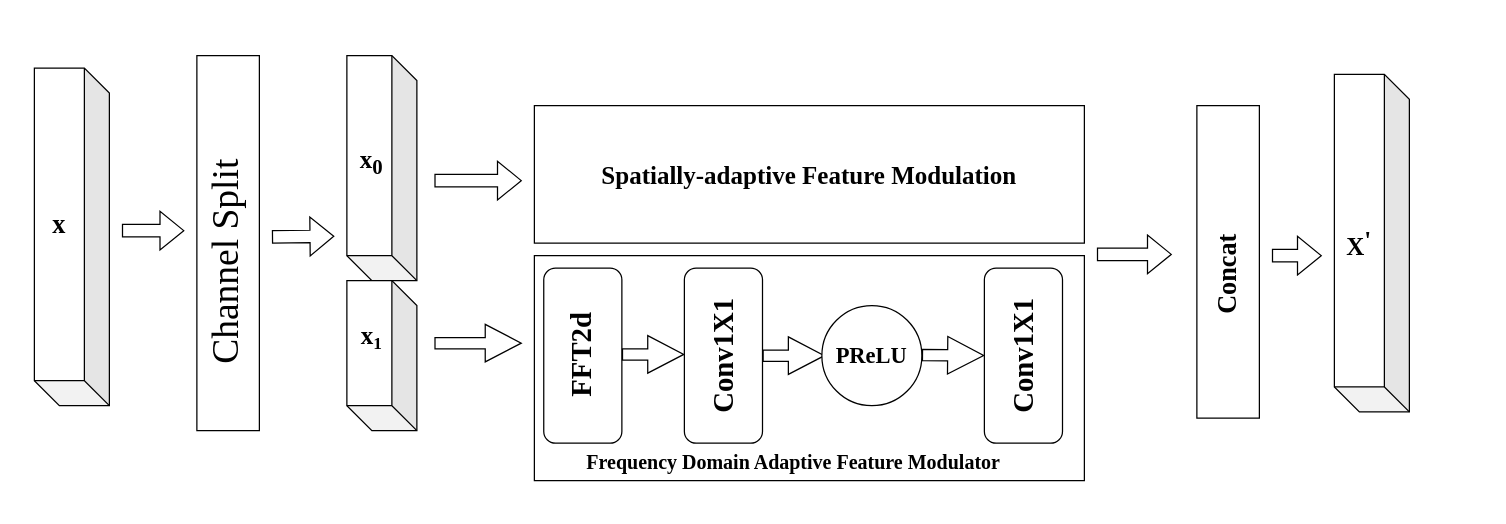
Above: 双域特征混合.drawio in gao131/nlp-beginner (draw.io), before the change. Source tidied: cells renumbered, new cells numbered last; positions are measured from the earlier drawing's top-left corner, leaving out a move shared by most shapes. Both pictures are drawn from the tidied source at 125%, with x=0, y=0 at pixel (-16, 55).
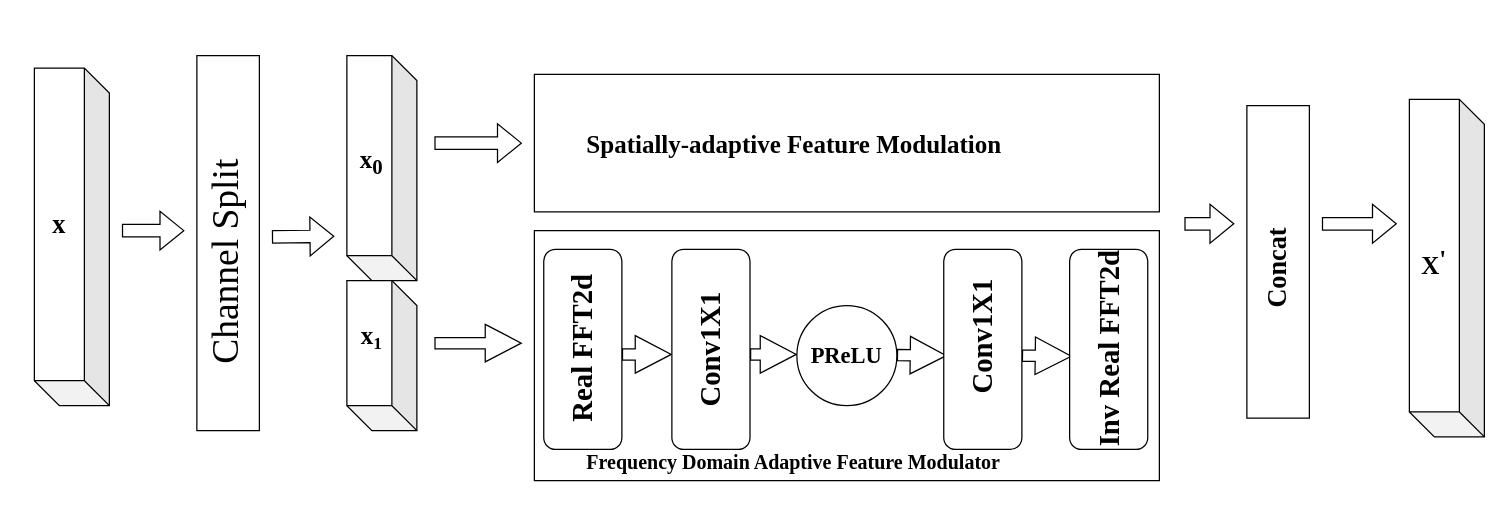
Above is the later version.

Commit message:
更新双域特征混合.drawio

What changed in the source:
```diff
@@
     <mxCell id="12" style="shape=flexArrow;endArrow=classic;html=1;rounded=0;" parent="1" edge="1">
       <mxGeometry relative="1" as="geometry">
-        <mxPoint x="360" y="100" as="sourcePoint" />
-        <mxPoint x="430" y="100" as="targetPoint" />
+        <mxPoint x="360" y="70" as="sourcePoint" />
+        <mxPoint x="430" y="70" as="targetPoint" />
       </mxGeometry>
     </mxCell>
@@
     <mxCell id="14" style="rounded=0;whiteSpace=wrap;html=1;" parent="1" vertex="1">
-      <mxGeometry x="440" y="40" width="440" height="110" as="geometry" />
+      <mxGeometry x="440" y="15" width="500" height="110" as="geometry" />
     </mxCell>
     <mxCell id="15" value="&lt;font style=&quot;font-size: 20px;&quot; face=&quot;Times New Roman&quot;&gt;&lt;b&gt;Spatially-adaptive Feature Modulation&lt;/b&gt;&lt;/font&gt;" style="text;html=1;align=center;verticalAlign=middle;whiteSpace=wrap;rounded=0;" parent="1" vertex="1">
-      <mxGeometry x="490" y="80" width="340" height="30" as="geometry" />
+      <mxGeometry x="477.5" y="55" width="340" height="30" as="geometry" />
     </mxCell>
     <mxCell id="16" style="rounded=0;whiteSpace=wrap;html=1;" parent="1" vertex="1">
-      <mxGeometry x="440" y="160" width="440" height="180" as="geometry" />
+      <mxGeometry x="440" y="140" width="500" height="200" as="geometry" />
     </mxCell>
@@
-    <mxCell id="18" style="rounded=1;whiteSpace=wrap;html=1;" parent="1" vertex="1">
-      <mxGeometry x="447.5" y="170" width="62.5" height="140" as="geometry" />
-    </mxCell>
-    <mxCell id="19" value="&lt;font style=&quot;font-size: 23px;&quot; face=&quot;Times New Roman&quot;&gt;&lt;b&gt;FFT2d&lt;/b&gt;&lt;/font&gt;" style="text;html=1;align=center;verticalAlign=middle;whiteSpace=wrap;rounded=0;rotation=-90;" parent="1" vertex="1">
-      <mxGeometry x="447.5" y="225" width="60" height="30" as="geometry" />
-    </mxCell>
     <mxCell id="20" style="shape=flexArrow;endArrow=classic;html=1;rounded=0;width=9;endSize=9.27;" parent="1" edge="1">
       <mxGeometry relative="1" as="geometry">
         <mxPoint x="510" y="239" as="sourcePoint" />
-        <mxPoint x="560" y="239" as="targetPoint" />
+        <mxPoint x="550" y="239" as="targetPoint" />
       </mxGeometry>
     </mxCell>
-    <mxCell id="21" style="rounded=1;whiteSpace=wrap;html=1;" parent="1" vertex="1">
-      <mxGeometry x="560" y="170" width="62.5" height="140" as="geometry" />
-    </mxCell>
-    <mxCell id="22" value="&lt;font style=&quot;font-size: 23px;&quot; face=&quot;Times New Roman&quot;&gt;&lt;b&gt;Conv1X1&lt;/b&gt;&lt;/font&gt;" style="text;html=1;align=center;verticalAlign=middle;whiteSpace=wrap;rounded=0;rotation=-90;" parent="1" vertex="1">
-      <mxGeometry x="536.2" y="225" width="110" height="30" as="geometry" />
-    </mxCell>
     <mxCell id="23" style="shape=flexArrow;endArrow=classic;html=1;rounded=0;width=9;endSize=9.27;" parent="1" edge="1">
       <mxGeometry relative="1" as="geometry">
-        <mxPoint x="622.5" y="240" as="sourcePoint" />
-        <mxPoint x="672.5" y="240" as="targetPoint" />
+        <mxPoint x="612.5" y="239" as="sourcePoint" />
+        <mxPoint x="650" y="239" as="targetPoint" />
       </mxGeometry>
     </mxCell>
-    <mxCell id="24" style="rounded=1;whiteSpace=wrap;html=1;" parent="1" vertex="1">
-      <mxGeometry x="800" y="170" width="62.5" height="140" as="geometry" />
-    </mxCell>
     <mxCell id="25" style="ellipse;whiteSpace=wrap;html=1;" parent="1" vertex="1">
-      <mxGeometry x="670" y="200" width="80" height="80" as="geometry" />
+      <mxGeometry x="650" y="200" width="80" height="80" as="geometry" />
     </mxCell>
     <mxCell id="26" value="&lt;font style=&quot;font-size: 18px;&quot; face=&quot;Times New Roman&quot;&gt;&lt;b&gt;PReLU&lt;/b&gt;&lt;/font&gt;" style="text;html=1;align=center;verticalAlign=middle;whiteSpace=wrap;rounded=0;" parent="1" vertex="1">
-      <mxGeometry x="680" y="225" width="60" height="30" as="geometry" />
+      <mxGeometry x="660" y="225" width="60" height="30" as="geometry" />
     </mxCell>
-    <mxCell id="27" style="shape=flexArrow;endArrow=classic;html=1;rounded=0;width=9;endSize=9.27;entryX=0.818;entryY=0.444;entryDx=0;entryDy=0;entryPerimeter=0;" parent="1" edge="1" target="16">
+    <mxCell id="27" style="shape=flexArrow;endArrow=classic;html=1;rounded=0;width=9;endSize=9.27;" parent="1" edge="1">
       <mxGeometry relative="1" as="geometry">
-        <mxPoint x="750" y="239.5" as="sourcePoint" />
+        <mxPoint x="730" y="239.5" as="sourcePoint" />
+        <mxPoint x="770" y="240" as="targetPoint" />
       </mxGeometry>
     </mxCell>
-    <mxCell id="28" value="&lt;font style=&quot;font-size: 23px;&quot; face=&quot;Times New Roman&quot;&gt;&lt;b&gt;Conv1X1&lt;/b&gt;&lt;/font&gt;" style="text;html=1;align=center;verticalAlign=middle;whiteSpace=wrap;rounded=0;rotation=-90;" parent="1" vertex="1">
-      <mxGeometry x="776.2" y="225" width="110" height="30" as="geometry" />
-    </mxCell>
     <mxCell id="29" style="shape=flexArrow;endArrow=classic;html=1;rounded=0;" parent="1" edge="1">
       <mxGeometry relative="1" as="geometry">
-        <mxPoint x="890" y="159" as="sourcePoint" />
-        <mxPoint x="950" y="159" as="targetPoint" />
+        <mxPoint x="1070" y="134.5" as="sourcePoint" />
+        <mxPoint x="1130" y="134.5" as="targetPoint" />
       </mxGeometry>
     </mxCell>
     <mxCell id="30" style="rounded=0;whiteSpace=wrap;html=1;" parent="1" vertex="1">
-      <mxGeometry x="970" y="40" width="50" height="250" as="geometry" />
+      <mxGeometry x="1010" y="40" width="50" height="250" as="geometry" />
     </mxCell>
     <mxCell id="31" value="&lt;font style=&quot;font-size: 21px;&quot; face=&quot;Times New Roman&quot;&gt;&lt;b style=&quot;&quot;&gt;Concat&lt;/b&gt;&lt;/font&gt;" style="text;html=1;align=center;verticalAlign=middle;whiteSpace=wrap;rounded=0;rotation=-90;" parent="1" vertex="1">
-      <mxGeometry x="955" y="160" width="80" height="30" as="geometry" />
+      <mxGeometry x="995" y="155" width="80" height="30" as="geometry" />
     </mxCell>
     <mxCell id="32" style="shape=cube;whiteSpace=wrap;html=1;boundedLbl=1;backgroundOutline=1;darkOpacity=0.05;darkOpacity2=0.1;rotation=-180;" parent="1" vertex="1">
-      <mxGeometry x="1080" y="15" width="60" height="270" as="geometry" />
+      <mxGeometry x="1140" y="35" width="60" height="270" as="geometry" />
     </mxCell>
     <mxCell id="33" style="shape=flexArrow;endArrow=classic;html=1;rounded=0;" parent="1" edge="1">
       <mxGeometry relative="1" as="geometry">
-        <mxPoint x="1030" y="160" as="sourcePoint" />
-        <mxPoint x="1070" y="160" as="targetPoint" />
+        <mxPoint x="960" y="134.5" as="sourcePoint" />
+        <mxPoint x="1000" y="134.5" as="targetPoint" />
       </mxGeometry>
     </mxCell>
     <mxCell id="34" value="&lt;font style=&quot;&quot; face=&quot;Times New Roman&quot;&gt;&lt;b style=&quot;&quot;&gt;&lt;span style=&quot;font-size: 20px;&quot;&gt;X&lt;/span&gt;&lt;sup style=&quot;&quot;&gt;&lt;font style=&quot;font-size: 20px;&quot;&gt;'&lt;/font&gt;&lt;/sup&gt;&lt;/b&gt;&lt;/font&gt;" style="text;html=1;align=center;verticalAlign=middle;whiteSpace=wrap;rounded=0;" parent="1" vertex="1">
-      <mxGeometry x="1070" y="135" width="60" height="30" as="geometry" />
+      <mxGeometry x="1130" y="150" width="60" height="30" as="geometry" />
     </mxCell>
+    <mxCell id="35" style="shape=flexArrow;endArrow=classic;html=1;rounded=0;width=9;endSize=9.27;" parent="1" edge="1">
+      <mxGeometry relative="1" as="geometry">
+        <mxPoint x="830" y="240" as="sourcePoint" />
+        <mxPoint x="870" y="240.5" as="targetPoint" />
+      </mxGeometry>
+    </mxCell>
+    <mxCell id="36" style="rounded=1;whiteSpace=wrap;html=1;" parent="1" vertex="1">
+      <mxGeometry x="868.2" y="155" width="62.5" height="160" as="geometry" />
+    </mxCell>
+    <mxCell id="37" style="rounded=1;whiteSpace=wrap;html=1;" parent="1" vertex="1">
+      <mxGeometry x="767.5" y="155" width="62.5" height="160" as="geometry" />
+    </mxCell>
+    <mxCell id="38" style="rounded=1;whiteSpace=wrap;html=1;" parent="1" vertex="1">
+      <mxGeometry x="447.5" y="155" width="62.5" height="160" as="geometry" />
+    </mxCell>
+    <mxCell id="19" value="&lt;font style=&quot;font-size: 23px;&quot; face=&quot;Times New Roman&quot;&gt;&lt;b&gt;Real FFT2d&lt;/b&gt;&lt;/font&gt;" style="text;html=1;align=center;verticalAlign=middle;whiteSpace=wrap;rounded=0;rotation=-90;" parent="1" vertex="1">
+      <mxGeometry x="417.5" y="220" width="122.5" height="30" as="geometry" />
+    </mxCell>
+    <mxCell id="39" style="rounded=1;whiteSpace=wrap;html=1;" parent="1" vertex="1">
+      <mxGeometry x="550" y="155" width="62.5" height="160" as="geometry" />
+    </mxCell>
+    <mxCell id="22" value="&lt;font style=&quot;font-size: 23px;&quot; face=&quot;Times New Roman&quot;&gt;&lt;b&gt;Conv1X1&lt;/b&gt;&lt;/font&gt;" style="text;html=1;align=center;verticalAlign=middle;whiteSpace=wrap;rounded=0;rotation=-90;" parent="1" vertex="1">
+      <mxGeometry x="526.2" y="220" width="110" height="30" as="geometry" />
+    </mxCell>
+    <mxCell id="28" value="&lt;font style=&quot;font-size: 23px;&quot; face=&quot;Times New Roman&quot;&gt;&lt;b&gt;Conv1X1&lt;/b&gt;&lt;/font&gt;" style="text;html=1;align=center;verticalAlign=middle;whiteSpace=wrap;rounded=0;rotation=-90;" parent="1" vertex="1">
+      <mxGeometry x="743.8" y="210" width="110" height="30" as="geometry" />
+    </mxCell>
+    <mxCell id="40" value="&lt;font style=&quot;font-size: 23px;&quot; face=&quot;Times New Roman&quot;&gt;&lt;b&gt;Inv Real FFT2d&lt;/b&gt;&lt;/font&gt;" style="text;html=1;align=center;verticalAlign=middle;whiteSpace=wrap;rounded=0;rotation=-90;" parent="1" vertex="1">
+      <mxGeometry x="817.5" y="220" width="165" height="30" as="geometry" />
+    </mxCell>
```
